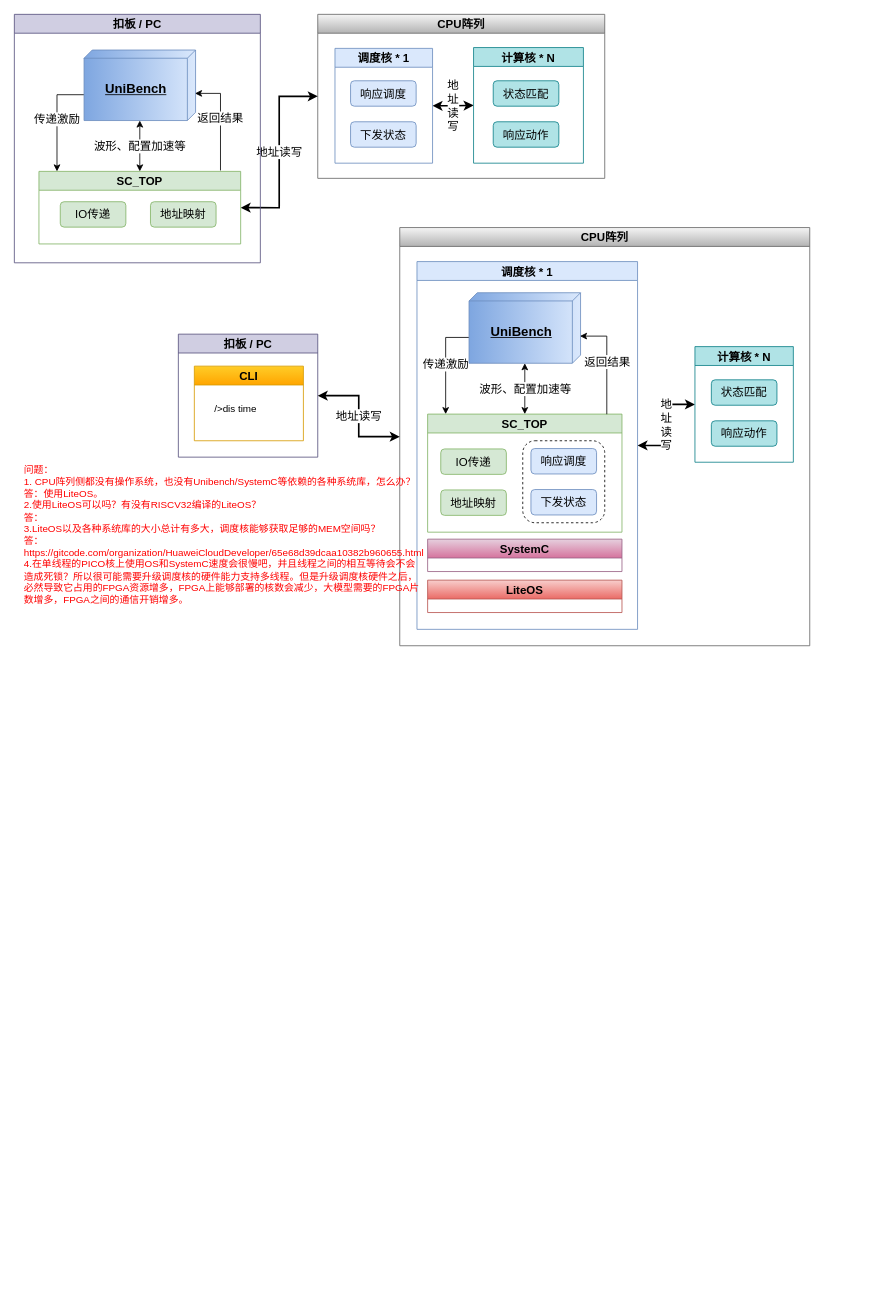
This is page "平台迁移" (1 of 2) of verilator_digrams/aync_comm.drawio from Dercury/CLDK, a draw.io file, before an edit. Source tidied: cells renumbered, new cells numbered last; positions are measured from the earlier drawing's top-left corner, leaving out a move shared by most shapes. Both pictures are drawn from the tidied source at 82%, with x=0, y=0 at pixel (14, 14).
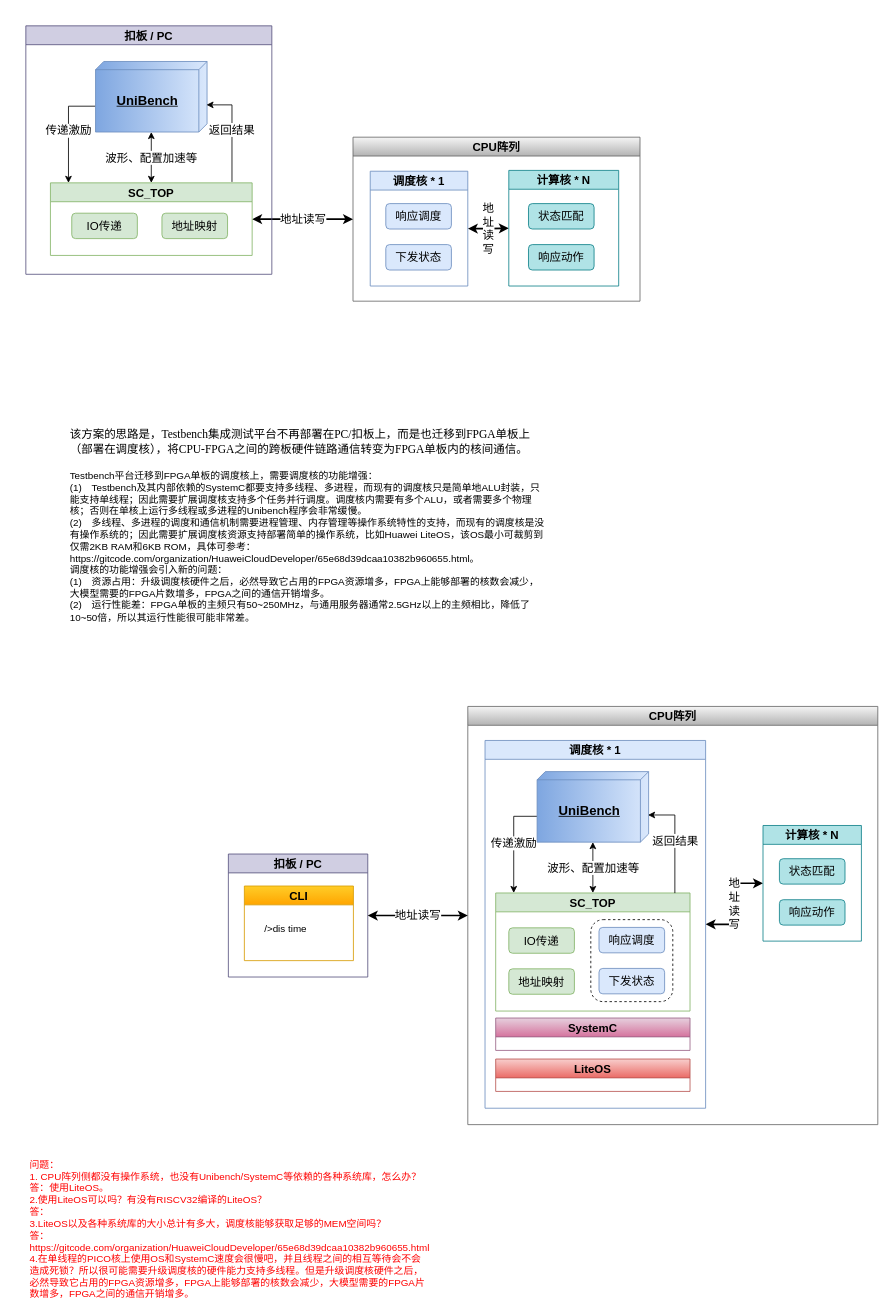
Above is the later version.

Diff of the diagram source:
```diff
@@
     <mxCell id="2" value="CPU阵列" style="swimlane;fontSize=14;fillColor=#f5f5f5;strokeColor=#666666;gradientColor=#b3b3b3;" parent="1" vertex="1">
-      <mxGeometry x="370" width="350" height="200" as="geometry" />
+      <mxGeometry x="413" y="149.8" width="350" height="200" as="geometry" />
     </mxCell>
@@
     <mxCell id="11" value="扣板 / PC" style="swimlane;fontSize=14;fillColor=#d0cee2;strokeColor=#56517e;" parent="1" vertex="1">
-      <mxGeometry width="300" height="303" as="geometry" />
+      <mxGeometry x="14" y="14" width="300" height="303" as="geometry" />
     </mxCell>
@@
     <mxCell id="19" value="CPU阵列" style="swimlane;fontSize=14;fillColor=#f5f5f5;strokeColor=#666666;gradientColor=#b3b3b3;" parent="1" vertex="1">
-      <mxGeometry x="470" y="260" width="500" height="510" as="geometry" />
+      <mxGeometry x="553" y="844" width="500" height="510" as="geometry" />
     </mxCell>
@@
     <mxCell id="38" value="扣板 / PC" style="swimlane;fontSize=14;fillColor=#d0cee2;strokeColor=#56517e;" parent="1" vertex="1">
-      <mxGeometry x="200" y="390" width="170" height="150" as="geometry" />
+      <mxGeometry x="261" y="1024" width="170" height="150" as="geometry" />
     </mxCell>
@@
     <mxCell id="42" value="问题：&lt;div&gt;1. CPU阵列侧都没有操作系统，也没有Unibench/SystemC等依赖的各种系统库，怎么办？&lt;/div&gt;&lt;div&gt;答：使用LiteOS。&lt;/div&gt;&lt;div&gt;2.使用LiteOS可以吗？有没有RISCV32编译的LiteOS？&lt;/div&gt;&lt;div&gt;答：&lt;/div&gt;&lt;div&gt;3.LiteOS以及各种系统库的大小总计有多大，调度核能够获取足够的MEM空间吗？&lt;/div&gt;&lt;div&gt;答：https://gitcode.com/organization/HuaweiCloudDeveloper/65e68d39dcaa10382b960655.html&lt;/div&gt;&lt;div&gt;4.在单线程的PICO核上使用OS和SystemC速度会很慢吧，并且线程之间的相互等待会不会造成死锁？所以很可能需要升级调度核的硬件能力支持多线程。但是升级调度核硬件之后，必然导致它占用的FPGA资源增多，FPGA上能够部署的核数会减少，大模型需要的FPGA片数增多，FPGA之间的通信开销增多。&lt;/div&gt;" style="text;html=1;align=left;verticalAlign=middle;whiteSpace=wrap;rounded=0;fontColor=#FF0000;" parent="1" vertex="1">
-      <mxGeometry x="10" y="550" width="440" height="170" as="geometry" />
+      <mxGeometry x="17" y="1397" width="440" height="170" as="geometry" />
     </mxCell>
+    <mxCell id="43" value="&lt;div&gt;&lt;span style=&quot;font-size:10.5pt;mso-bidi-font-size:10.0pt;&lt;br/&gt;font-family:宋体;mso-ascii-font-family:&amp;quot;Times New Roman&amp;quot;;mso-hansi-font-family:&lt;br/&gt;&amp;quot;Times New Roman&amp;quot;;mso-bidi-font-family:&amp;quot;Times New Roman&amp;quot;;mso-ansi-language:&lt;br/&gt;EN-US;mso-fareast-language:ZH-CN;mso-bidi-language:AR-SA&quot;&gt;该方案的思路是，&lt;/span&gt;&lt;span style=&quot;font-size:10.5pt;mso-bidi-font-size:10.0pt;font-family:&amp;quot;Times New Roman&amp;quot;,serif;&lt;br/&gt;mso-fareast-font-family:宋体;mso-ansi-language:EN-US;mso-fareast-language:ZH-CN;&lt;br/&gt;mso-bidi-language:AR-SA&quot; lang=&quot;EN-US&quot;&gt;Testbench&lt;/span&gt;&lt;span style=&quot;font-size:10.5pt;&lt;br/&gt;mso-bidi-font-size:10.0pt;font-family:宋体;mso-ascii-font-family:&amp;quot;Times New Roman&amp;quot;;&lt;br/&gt;mso-hansi-font-family:&amp;quot;Times New Roman&amp;quot;;mso-bidi-font-family:&amp;quot;Times New Roman&amp;quot;;&lt;br/&gt;mso-ansi-language:EN-US;mso-fareast-language:ZH-CN;mso-bidi-language:AR-SA&quot;&gt;集成测试平台不再部署在&lt;/span&gt;&lt;span style=&quot;font-size:10.5pt;mso-bidi-font-size:10.0pt;font-family:&amp;quot;Times New Roman&amp;quot;,serif;&lt;br/&gt;mso-fareast-font-family:宋体;mso-ansi-language:EN-US;mso-fareast-language:ZH-CN;&lt;br/&gt;mso-bidi-language:AR-SA&quot; lang=&quot;EN-US&quot;&gt;PC/&lt;/span&gt;&lt;span style=&quot;font-size:10.5pt;mso-bidi-font-size:&lt;br/&gt;10.0pt;font-family:宋体;mso-ascii-font-family:&amp;quot;Times New Roman&amp;quot;;mso-hansi-font-family:&lt;br/&gt;&amp;quot;Times New Roman&amp;quot;;mso-bidi-font-family:&amp;quot;Times New Roman&amp;quot;;mso-ansi-language:&lt;br/&gt;EN-US;mso-fareast-language:ZH-CN;mso-bidi-language:AR-SA&quot;&gt;扣板上，而是也迁移到&lt;/span&gt;&lt;span style=&quot;font-size:10.5pt;mso-bidi-font-size:10.0pt;font-family:&amp;quot;Times New Roman&amp;quot;,serif;&lt;br/&gt;mso-fareast-font-family:宋体;mso-ansi-language:EN-US;mso-fareast-language:ZH-CN;&lt;br/&gt;mso-bidi-language:AR-SA&quot; lang=&quot;EN-US&quot;&gt;FPGA&lt;/span&gt;&lt;span style=&quot;font-size:10.5pt;mso-bidi-font-size:&lt;br/&gt;10.0pt;font-family:宋体;mso-ascii-font-family:&amp;quot;Times New Roman&amp;quot;;mso-hansi-font-family:&lt;br/&gt;&amp;quot;Times New Roman&amp;quot;;mso-bidi-font-family:&amp;quot;Times New Roman&amp;quot;;mso-ansi-language:&lt;br/&gt;EN-US;mso-fareast-language:ZH-CN;mso-bidi-language:AR-SA&quot;&gt;单板上（部署在调度核），将&lt;/span&gt;&lt;span style=&quot;font-size:10.5pt;mso-bidi-font-size:10.0pt;font-family:&amp;quot;Times New Roman&amp;quot;,serif;&lt;br/&gt;mso-fareast-font-family:宋体;mso-ansi-language:EN-US;mso-fareast-language:ZH-CN;&lt;br/&gt;mso-bidi-language:AR-SA&quot; lang=&quot;EN-US&quot;&gt;CPU-FPGA&lt;/span&gt;&lt;span style=&quot;font-size:10.5pt;&lt;br/&gt;mso-bidi-font-size:10.0pt;font-family:宋体;mso-ascii-font-family:&amp;quot;Times New Roman&amp;quot;;&lt;br/&gt;mso-hansi-font-family:&amp;quot;Times New Roman&amp;quot;;mso-bidi-font-family:&amp;quot;Times New Roman&amp;quot;;&lt;br/&gt;mso-ansi-language:EN-US;mso-fareast-language:ZH-CN;mso-bidi-language:AR-SA&quot;&gt;之间的跨板硬件链路通信转变为&lt;/span&gt;&lt;span style=&quot;font-size:10.5pt;mso-bidi-font-size:10.0pt;font-family:&amp;quot;Times New Roman&amp;quot;,serif;&lt;br/&gt;mso-fareast-font-family:宋体;mso-ansi-language:EN-US;mso-fareast-language:ZH-CN;&lt;br/&gt;mso-bidi-language:AR-SA&quot; lang=&quot;EN-US&quot;&gt;FPGA&lt;/span&gt;&lt;span style=&quot;font-size:10.5pt;mso-bidi-font-size:&lt;br/&gt;10.0pt;font-family:宋体;mso-ascii-font-family:&amp;quot;Times New Roman&amp;quot;;mso-hansi-font-family:&lt;br/&gt;&amp;quot;Times New Roman&amp;quot;;mso-bidi-font-family:&amp;quot;Times New Roman&amp;quot;;mso-ansi-language:&lt;br/&gt;EN-US;mso-fareast-language:ZH-CN;mso-bidi-language:AR-SA&quot;&gt;单板内的核间通信。&lt;/span&gt;&lt;br&gt;&lt;/div&gt;&lt;div&gt;&lt;span style=&quot;font-size:10.5pt;mso-bidi-font-size:&lt;br/&gt;10.0pt;font-family:宋体;mso-ascii-font-family:&amp;quot;Times New Roman&amp;quot;;mso-hansi-font-family:&lt;br/&gt;&amp;quot;Times New Roman&amp;quot;;mso-bidi-font-family:&amp;quot;Times New Roman&amp;quot;;mso-ansi-language:&lt;br/&gt;EN-US;mso-fareast-language:ZH-CN;mso-bidi-language:AR-SA&quot;&gt;&lt;br&gt;&lt;/span&gt;&lt;/div&gt;&lt;div&gt;Testbench平台迁移到FPGA单板的调度核上，需要调度核的功能增强：&lt;/div&gt;&lt;div&gt;(1)&lt;span style=&quot;white-space:pre&quot;&gt;&#9;&lt;/span&gt;Testbench及其内部依赖的SystemC都要支持多线程、多进程，而现有的调度核只是简单地ALU封装，只能支持单线程；因此需要扩展调度核支持多个任务并行调度。调度核内需要有多个ALU，或者需要多个物理核；否则在单核上运行多线程或多进程的Unibench程序会非常缓慢。&lt;/div&gt;&lt;div&gt;(2)&lt;span style=&quot;white-space:pre&quot;&gt;&#9;&lt;/span&gt;多线程、多进程的调度和通信机制需要进程管理、内存管理等操作系统特性的支持，而现有的调度核是没有操作系统的；因此需要扩展调度核资源支持部署简单的操作系统，比如Huawei LiteOS，该OS最小可裁剪到仅需2KB RAM和6KB ROM，具体可参考：https://gitcode.com/organization/HuaweiCloudDeveloper/65e68d39dcaa10382b960655.html。&lt;/div&gt;&lt;div&gt;调度核的功能增强会引入新的问题：&lt;/div&gt;&lt;div&gt;(1)&lt;span style=&quot;white-space:pre&quot;&gt;&#9;&lt;/span&gt;资源占用：升级调度核硬件之后，必然导致它占用的FPGA资源增多，FPGA上能够部署的核数会减少，大模型需要的FPGA片数增多，FPGA之间的通信开销增多。&lt;/div&gt;&lt;div&gt;(2)&lt;span style=&quot;white-space:pre&quot;&gt;&#9;&lt;/span&gt;运行性能差：FPGA单板的主频只有50~250MHz，与通用服务器通常2.5GHz以上的主频相比，降低了10~50倍，所以其运行性能很可能非常差。&lt;/div&gt;" style="text;html=1;align=left;verticalAlign=middle;whiteSpace=wrap;rounded=0;" parent="1" vertex="1">
+      <mxGeometry x="66" y="488" width="581" height="270" as="geometry" />
+    </mxCell>
```
